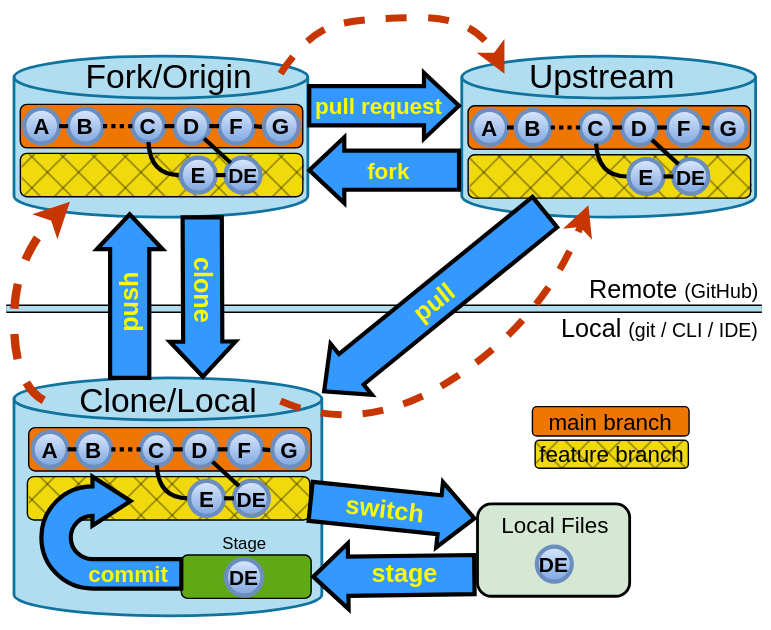
This is materials/images/BaseDiagram.svg from HFOSSedu/GitKit-Codespace, a draw.io export, as it was before one commit. Source tidied: cells renumbered, new cells last; positions are measured from the earlier drawing's top-left corner, leaving out a move shared by most shapes.
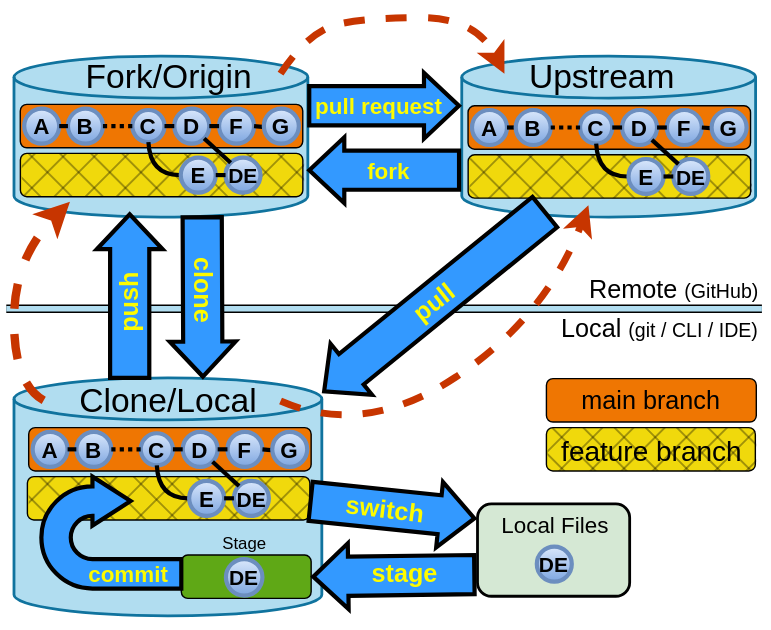
After the commit.

What changed in the source:
```diff
@@ -392,29 +392,26 @@
     <mxCell id="106" value="pull" style="text;html=1;whiteSpace=wrap;strokeColor=none;fillColor=none;align=center;verticalAlign=middle;rounded=0;rotation=322;fontColor=light-dark(#fefb00, #ededed);fontSize=18;fontStyle=1;spacing=0;" parent="1" vertex="1">
       <mxGeometry x="280" y="203" width="60" height="25.4" as="geometry" />
     </mxCell>
-    <mxCell id="107" style="group;" parent="1" vertex="1">
-      <mxGeometry x="420" y="300" width="111.9" height="44" as="geometry" />
-    </mxCell>
-    <mxCell id="108" style="group;" parent="107" vertex="1">
-      <mxGeometry x="-40" y="-10" width="111.9" height="44" as="geometry" />
-    </mxCell>
-    <mxCell id="109" value="main branch" style="rounded=1;whiteSpace=wrap;html=1;labelBackgroundColor=none;labelBorderColor=none;fillColor=light-dark(#ef7602, #d37619);fontColor=light-dark(#000000, #ededed);strokeColor=default;fillStyle=solid;fontSize=16;" parent="108" vertex="1">
-      <mxGeometry width="111.9" height="21" as="geometry" />
-    </mxCell>
-    <mxCell id="110" style="group;fontColor=default;" parent="108" vertex="1">
-      <mxGeometry x="1.9" y="24" width="110" height="20" as="geometry" />
-    </mxCell>
-    <mxCell id="111" style="rounded=1;whiteSpace=wrap;html=1;labelBackgroundColor=#FF9933;labelBorderColor=#FF9933;fillColor=light-dark(#F0D90C,#AB7106);fontColor=#000000;strokeColor=#000000;" parent="110" vertex="1">
-      <mxGeometry width="109.5" height="20" as="geometry" />
-    </mxCell>
-    <mxCell id="112" value="feature branch" style="rounded=1;whiteSpace=wrap;html=1;labelBackgroundColor=none;labelBorderColor=none;fillColor=light-dark(#000000,#000000);fontColor=default;strokeColor=none;fillStyle=cross-hatch;opacity=90;fontSize=16;" parent="110" vertex="1">
-      <mxGeometry width="110" height="20" as="geometry" />
-    </mxCell>
     <mxCell id="113" value="&lt;font style=&quot;font-size: 18px;&quot;&gt;Local &lt;/font&gt;&lt;font style=&quot;font-size: 14px;&quot;&gt;(git / CLI / IDE)&lt;/font&gt;" style="text;strokeColor=none;fillColor=none;align=left;verticalAlign=top;rounded=0;fontSize=16;spacing=0;html=1;" parent="1" vertex="1">
       <mxGeometry x="401" y="219.5" width="150" height="30" as="geometry" />
     </mxCell>
     <mxCell id="114" value="&lt;font style=&quot;font-size: 18px;&quot;&gt;Remote &lt;/font&gt;&lt;font style=&quot;font-size: 14px;&quot;&gt;(GitHub)&lt;/font&gt;" style="text;html=1;strokeColor=none;fillColor=none;align=left;verticalAlign=bottom;rounded=0;fontSize=16;spacing=0;" parent="1" vertex="1">
       <mxGeometry x="421.1" y="185.5" width="116.8" height="33" as="geometry" />
     </mxCell>
+    <mxCell id="115" style="group;" parent="1" vertex="1">
+      <mxGeometry x="390" y="270" width="150" height="66" as="geometry" />
+    </mxCell>
+    <mxCell id="109" value="main branch" style="rounded=1;whiteSpace=wrap;html=1;labelBackgroundColor=none;labelBorderColor=none;fillColor=light-dark(#ef7602, #d37619);fontColor=#000000;strokeColor=default;fillStyle=solid;fontSize=18;fontStyle=0;" parent="115" vertex="1">
+      <mxGeometry width="150" height="31" as="geometry" />
+    </mxCell>
+    <mxCell id="116" style="group;" parent="115" vertex="1">
+      <mxGeometry y="35" width="150" height="31" as="geometry" />
+    </mxCell>
+    <mxCell id="117" style="rounded=1;whiteSpace=wrap;html=1;labelBackgroundColor=#FF9933;labelBorderColor=#FF9933;fillColor=light-dark(#F0D90C,#AB7106);fontColor=#000000;strokeColor=#000000;" parent="116" vertex="1">
+      <mxGeometry width="149.3" height="31" as="geometry" />
+    </mxCell>
+    <mxCell id="112" value="feature branch" style="rounded=1;whiteSpace=wrap;html=1;labelBackgroundColor=none;labelBorderColor=none;fillColor=light-dark(#000000,#000000);fontColor=light-dark(#000000, #000000);strokeColor=none;fillStyle=cross-hatch;opacity=90;fontSize=20;" parent="116" vertex="1">
+      <mxGeometry x="0.7" width="149.3" height="31" as="geometry" />
+    </mxCell>
   </root>
 </mxGraphModel>
```
